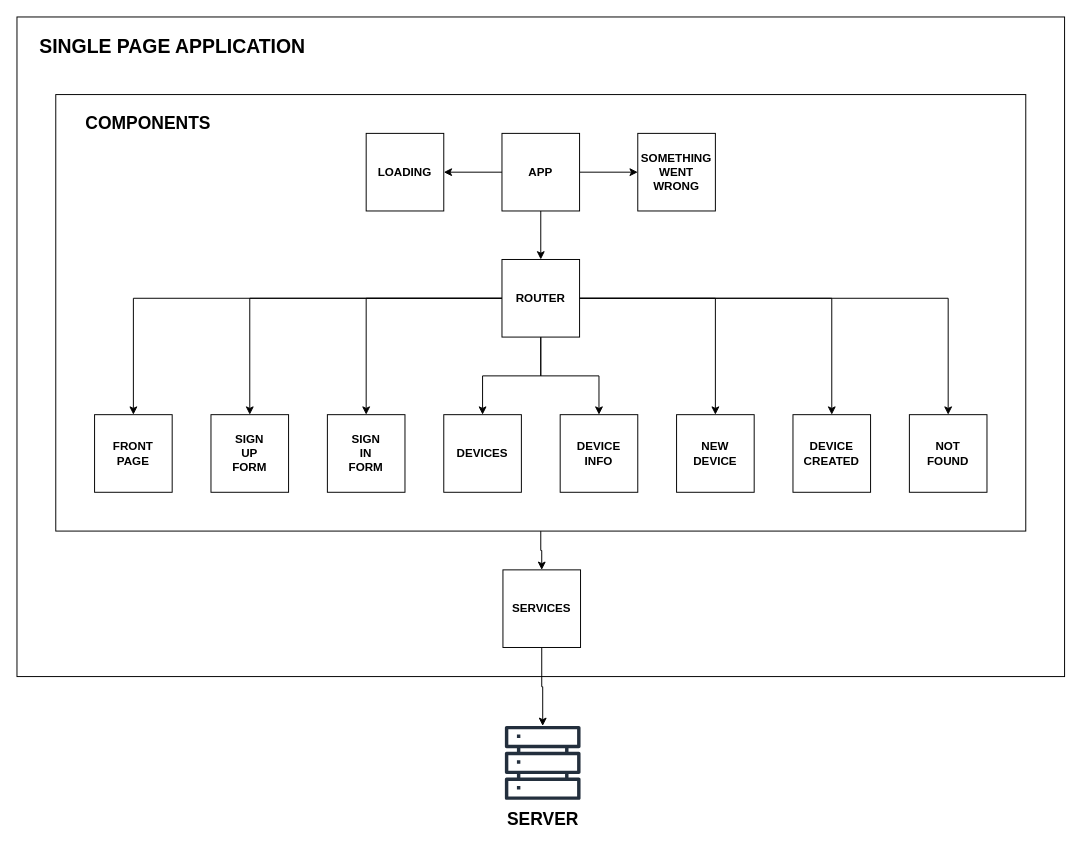
Earlier version of the draw.io diagram Documentation/Diagrams/Website Diagram.drawio (MiguelRocha2001/PS-Monitor-IoT-System). Source tidied: cells renumbered, new cells numbered last; positions are measured from the earlier drawing's top-left corner, leaving out a move shared by most shapes. Both pictures are drawn from the tidied source at 97%, with x=0, y=0 at pixel (16, 16).
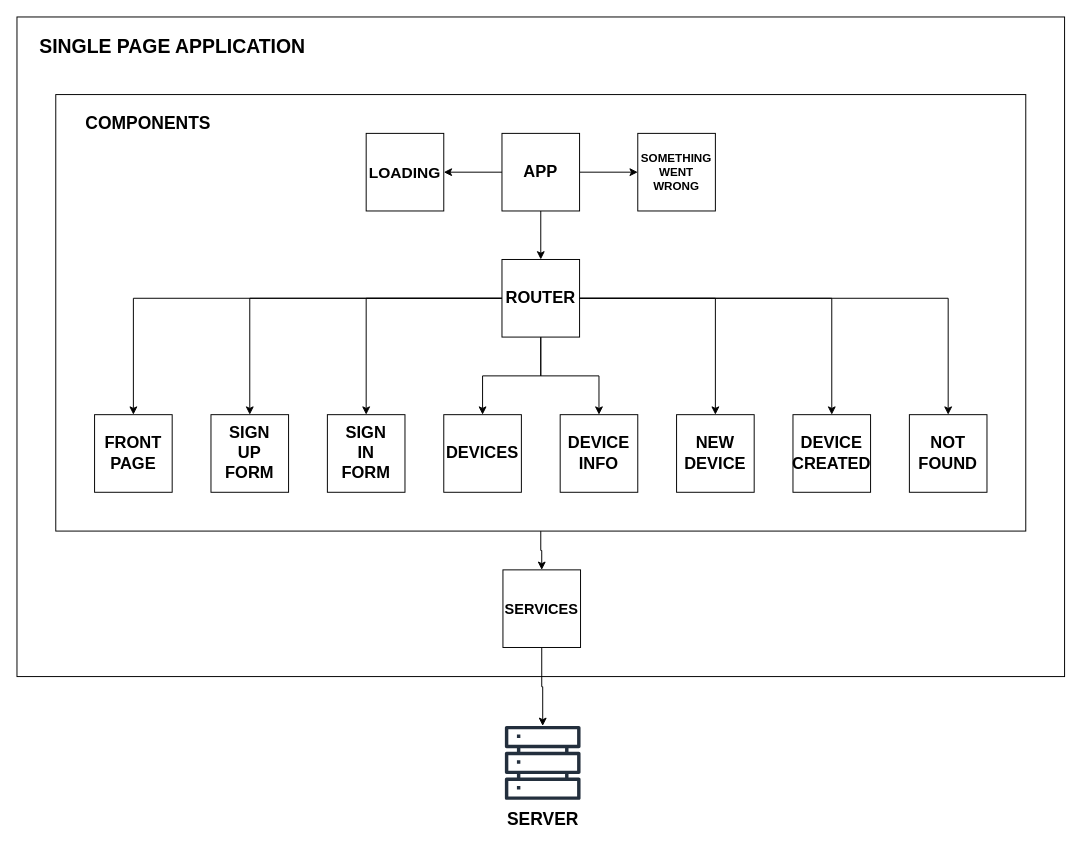
After the change.

The change refers to these unchanged cells:
```xml
<mxCell id="27" value="SOMETHING&lt;br&gt;WENT&lt;br&gt;WRONG" style="whiteSpace=wrap;html=1;fontStyle=1;" parent="1" vertex="1">
  <mxGeometry x="640" y="120" width="80" height="80" as="geometry" />
</mxCell>
```

What changed in the source:
```diff
@@
-    <mxCell id="2" style="rounded=0;whiteSpace=wrap;html=1;" parent="1" vertex="1">
+    <mxCell id="2" style="rounded=0;whiteSpace=wrap;html=1;fontSize=17;" parent="1" vertex="1">
       <mxGeometry width="1080" height="680" as="geometry" />
     </mxCell>
-    <mxCell id="3" style="edgeStyle=orthogonalEdgeStyle;rounded=0;jettySize=auto;html=1;entryX=0.5;entryY=0;entryDx=0;entryDy=0;" parent="1" edge="1" source="4" target="30">
+    <mxCell id="3" style="edgeStyle=orthogonalEdgeStyle;rounded=0;jettySize=auto;html=1;entryX=0.5;entryY=0;entryDx=0;entryDy=0;fontSize=17;" parent="1" edge="1" source="4" target="30">
       <mxGeometry relative="1" as="geometry" />
     </mxCell>
-    <mxCell id="4" style="rounded=0;whiteSpace=wrap;html=1;" parent="1" vertex="1">
+    <mxCell id="4" style="rounded=0;whiteSpace=wrap;html=1;fontSize=17;" parent="1" vertex="1">
       <mxGeometry x="40" y="80" width="1000" height="450" as="geometry" />
     </mxCell>
-    <mxCell id="5" style="edgeStyle=orthogonalEdgeStyle;rounded=0;jettySize=auto;html=1;entryX=0.5;entryY=0;entryDx=0;entryDy=0;fontStyle=1;" parent="1" edge="1" source="13" target="14">
+    <mxCell id="5" style="edgeStyle=orthogonalEdgeStyle;rounded=0;jettySize=auto;html=1;entryX=0.5;entryY=0;entryDx=0;entryDy=0;fontStyle=1;fontSize=17;" parent="1" edge="1" source="13" target="14">
       <mxGeometry relative="1" as="geometry" />
     </mxCell>
-    <mxCell id="6" style="edgeStyle=orthogonalEdgeStyle;rounded=0;jettySize=auto;html=1;entryX=0.5;entryY=0;entryDx=0;entryDy=0;fontStyle=1;" parent="1" edge="1" source="13" target="19">
+    <mxCell id="6" style="edgeStyle=orthogonalEdgeStyle;rounded=0;jettySize=auto;html=1;entryX=0.5;entryY=0;entryDx=0;entryDy=0;fontStyle=1;fontSize=17;" parent="1" edge="1" source="13" target="19">
       <mxGeometry relative="1" as="geometry" />
     </mxCell>
-    <mxCell id="7" style="edgeStyle=orthogonalEdgeStyle;rounded=0;jettySize=auto;html=1;entryX=0.5;entryY=0;entryDx=0;entryDy=0;fontStyle=1;" parent="1" edge="1" source="13" target="20">
+    <mxCell id="7" style="edgeStyle=orthogonalEdgeStyle;rounded=0;jettySize=auto;html=1;entryX=0.5;entryY=0;entryDx=0;entryDy=0;fontStyle=1;fontSize=17;" parent="1" edge="1" source="13" target="20">
       <mxGeometry relative="1" as="geometry" />
     </mxCell>
-    <mxCell id="8" style="edgeStyle=orthogonalEdgeStyle;rounded=0;jettySize=auto;html=1;entryX=0.5;entryY=0;entryDx=0;entryDy=0;fontStyle=1;" parent="1" edge="1" source="13" target="16">
+    <mxCell id="8" style="edgeStyle=orthogonalEdgeStyle;rounded=0;jettySize=auto;html=1;entryX=0.5;entryY=0;entryDx=0;entryDy=0;fontStyle=1;fontSize=17;" parent="1" edge="1" source="13" target="16">
       <mxGeometry relative="1" as="geometry" />
     </mxCell>
-    <mxCell id="9" style="edgeStyle=orthogonalEdgeStyle;rounded=0;jettySize=auto;html=1;entryX=0.5;entryY=0;entryDx=0;entryDy=0;fontStyle=1;" parent="1" edge="1" source="13" target="18">
+    <mxCell id="9" style="edgeStyle=orthogonalEdgeStyle;rounded=0;jettySize=auto;html=1;entryX=0.5;entryY=0;entryDx=0;entryDy=0;fontStyle=1;fontSize=17;" parent="1" edge="1" source="13" target="18">
       <mxGeometry relative="1" as="geometry" />
     </mxCell>
-    <mxCell id="10" style="edgeStyle=orthogonalEdgeStyle;rounded=0;jettySize=auto;html=1;entryX=0.5;entryY=0;entryDx=0;entryDy=0;fontStyle=1;" parent="1" edge="1" source="13" target="15">
+    <mxCell id="10" style="edgeStyle=orthogonalEdgeStyle;rounded=0;jettySize=auto;html=1;entryX=0.5;entryY=0;entryDx=0;entryDy=0;fontStyle=1;fontSize=17;" parent="1" edge="1" source="13" target="15">
       <mxGeometry relative="1" as="geometry" />
     </mxCell>
-    <mxCell id="11" style="edgeStyle=orthogonalEdgeStyle;rounded=0;jettySize=auto;html=1;fontStyle=1;" parent="1" edge="1" source="13" target="17">
+    <mxCell id="11" style="edgeStyle=orthogonalEdgeStyle;rounded=0;jettySize=auto;html=1;fontStyle=1;fontSize=17;" parent="1" edge="1" source="13" target="17">
       <mxGeometry relative="1" as="geometry" />
     </mxCell>
-    <mxCell id="12" style="edgeStyle=orthogonalEdgeStyle;rounded=0;jettySize=auto;html=1;entryX=0.5;entryY=0;entryDx=0;entryDy=0;fontStyle=1;" parent="1" edge="1" source="13" target="21">
+    <mxCell id="12" style="edgeStyle=orthogonalEdgeStyle;rounded=0;jettySize=auto;html=1;entryX=0.5;entryY=0;entryDx=0;entryDy=0;fontStyle=1;fontSize=17;" parent="1" edge="1" source="13" target="21">
       <mxGeometry relative="1" as="geometry" />
     </mxCell>
-    <mxCell id="13" value="ROUTER" style="whiteSpace=wrap;html=1;fontStyle=1;" parent="1" vertex="1">
+    <mxCell id="13" value="ROUTER" style="whiteSpace=wrap;html=1;fontStyle=1;fontSize=17;" parent="1" vertex="1">
       <mxGeometry x="500" y="250" width="80" height="80" as="geometry" />
     </mxCell>
-    <mxCell id="14" value="FRONT&lt;br&gt;PAGE" style="whiteSpace=wrap;html=1;fontStyle=1;" parent="1" vertex="1">
+    <mxCell id="14" value="FRONT&lt;br style=&quot;font-size: 17px;&quot;&gt;PAGE" style="whiteSpace=wrap;html=1;fontStyle=1;fontSize=17;" parent="1" vertex="1">
       <mxGeometry x="80" y="410" width="80" height="80" as="geometry" />
     </mxCell>
-    <mxCell id="15" value="DEVICE&lt;br&gt;INFO" style="whiteSpace=wrap;html=1;fontStyle=1;" parent="1" vertex="1">
+    <mxCell id="15" value="DEVICE&lt;br style=&quot;font-size: 17px;&quot;&gt;INFO" style="whiteSpace=wrap;html=1;fontStyle=1;fontSize=17;" parent="1" vertex="1">
       <mxGeometry x="560" y="410" width="80" height="80" as="geometry" />
     </mxCell>
-    <mxCell id="16" value="DEVICE&lt;br&gt;CREATED" style="whiteSpace=wrap;html=1;fontStyle=1;" parent="1" vertex="1">
+    <mxCell id="16" value="DEVICE&lt;br style=&quot;font-size: 17px;&quot;&gt;CREATED" style="whiteSpace=wrap;html=1;fontStyle=1;fontSize=17;" parent="1" vertex="1">
       <mxGeometry x="800" y="410" width="80" height="80" as="geometry" />
     </mxCell>
-    <mxCell id="17" value="NEW&lt;br&gt;DEVICE" style="whiteSpace=wrap;html=1;fontStyle=1;" parent="1" vertex="1">
+    <mxCell id="17" value="NEW&lt;br style=&quot;font-size: 17px;&quot;&gt;DEVICE" style="whiteSpace=wrap;html=1;fontStyle=1;fontSize=17;" parent="1" vertex="1">
       <mxGeometry x="680" y="410" width="80" height="80" as="geometry" />
     </mxCell>
-    <mxCell id="18" value="DEVICES" style="whiteSpace=wrap;html=1;fontStyle=1;" parent="1" vertex="1">
+    <mxCell id="18" value="DEVICES" style="whiteSpace=wrap;html=1;fontStyle=1;fontSize=17;" parent="1" vertex="1">
       <mxGeometry x="440" y="410" width="80" height="80" as="geometry" />
     </mxCell>
-    <mxCell id="19" value="SIGN &lt;br&gt;UP&lt;br&gt;FORM" style="whiteSpace=wrap;html=1;fontStyle=1;" parent="1" vertex="1">
+    <mxCell id="19" value="SIGN &lt;br style=&quot;font-size: 17px;&quot;&gt;UP&lt;br style=&quot;font-size: 17px;&quot;&gt;FORM" style="whiteSpace=wrap;html=1;fontStyle=1;fontSize=17;" parent="1" vertex="1">
       <mxGeometry x="200" y="410" width="80" height="80" as="geometry" />
     </mxCell>
-    <mxCell id="20" value="SIGN&lt;br&gt;IN&lt;br&gt;FORM" style="whiteSpace=wrap;html=1;fontStyle=1;" parent="1" vertex="1">
+    <mxCell id="20" value="SIGN&lt;br style=&quot;font-size: 17px;&quot;&gt;IN&lt;br style=&quot;font-size: 17px;&quot;&gt;FORM" style="whiteSpace=wrap;html=1;fontStyle=1;fontSize=17;" parent="1" vertex="1">
       <mxGeometry x="320" y="410" width="80" height="80" as="geometry" />
     </mxCell>
-    <mxCell id="21" value="NOT&lt;br&gt;FOUND" style="whiteSpace=wrap;html=1;fontStyle=1;" parent="1" vertex="1">
+    <mxCell id="21" value="NOT&lt;br style=&quot;font-size: 17px;&quot;&gt;FOUND" style="whiteSpace=wrap;html=1;fontStyle=1;fontSize=17;" parent="1" vertex="1">
       <mxGeometry x="920" y="410" width="80" height="80" as="geometry" />
     </mxCell>
-    <mxCell id="22" style="edgeStyle=orthogonalEdgeStyle;rounded=0;jettySize=auto;html=1;entryX=0.5;entryY=0;entryDx=0;entryDy=0;fontStyle=1;" parent="1" edge="1" source="25" target="13">
+    <mxCell id="22" style="edgeStyle=orthogonalEdgeStyle;rounded=0;jettySize=auto;html=1;entryX=0.5;entryY=0;entryDx=0;entryDy=0;fontStyle=1;fontSize=17;" parent="1" edge="1" source="25" target="13">
       <mxGeometry relative="1" as="geometry" />
     </mxCell>
-    <mxCell id="23" style="edgeStyle=orthogonalEdgeStyle;rounded=0;jettySize=auto;html=1;entryX=1;entryY=0.5;entryDx=0;entryDy=0;" parent="1" edge="1" source="25" target="26">
+    <mxCell id="23" style="edgeStyle=orthogonalEdgeStyle;rounded=0;jettySize=auto;html=1;entryX=1;entryY=0.5;entryDx=0;entryDy=0;fontSize=17;" parent="1" edge="1" source="25" target="26">
       <mxGeometry relative="1" as="geometry" />
     </mxCell>
-    <mxCell id="24" style="edgeStyle=orthogonalEdgeStyle;rounded=0;jettySize=auto;html=1;entryX=0;entryY=0.5;entryDx=0;entryDy=0;" parent="1" edge="1" source="25" target="27">
+    <mxCell id="24" style="edgeStyle=orthogonalEdgeStyle;rounded=0;jettySize=auto;html=1;entryX=0;entryY=0.5;entryDx=0;entryDy=0;fontSize=17;" parent="1" edge="1" source="25" target="27">
       <mxGeometry relative="1" as="geometry" />
     </mxCell>
-    <mxCell id="25" value="APP" style="whiteSpace=wrap;html=1;fontStyle=1;" parent="1" vertex="1">
+    <mxCell id="25" value="APP" style="whiteSpace=wrap;html=1;fontStyle=1;fontSize=17;" parent="1" vertex="1">
       <mxGeometry x="500" y="120" width="80" height="80" as="geometry" />
     </mxCell>
-    <mxCell id="26" value="LOADING" style="whiteSpace=wrap;html=1;fontStyle=1;" parent="1" vertex="1">
+    <mxCell id="26" value="LOADING" style="whiteSpace=wrap;html=1;fontStyle=1;fontSize=16;" parent="1" vertex="1">
       <mxGeometry x="360" y="120" width="80" height="80" as="geometry" />
     </mxCell>
@@
-    <mxCell id="29" style="edgeStyle=orthogonalEdgeStyle;rounded=0;jettySize=auto;html=1;" parent="1" edge="1" source="30" target="32">
+    <mxCell id="29" style="edgeStyle=orthogonalEdgeStyle;rounded=0;jettySize=auto;html=1;fontSize=17;" parent="1" edge="1" source="30" target="32">
       <mxGeometry relative="1" as="geometry" />
     </mxCell>
-    <mxCell id="30" value="SERVICES" style="whiteSpace=wrap;html=1;fontStyle=1;" parent="1" vertex="1">
+    <mxCell id="30" value="SERVICES" style="whiteSpace=wrap;html=1;fontStyle=1;fontSize=15;" parent="1" vertex="1">
       <mxGeometry x="501" y="570" width="80" height="80" as="geometry" />
     </mxCell>
@@
-    <mxCell id="32" style="sketch=0;outlineConnect=0;fontColor=#232F3E;gradientColor=none;fillColor=#232F3D;strokeColor=none;dashed=0;verticalLabelPosition=bottom;verticalAlign=top;align=center;html=1;fontSize=12;fontStyle=0;shape=mxgraph.aws4.servers;" parent="1" vertex="1">
+    <mxCell id="32" style="sketch=0;outlineConnect=0;fontColor=#232F3E;gradientColor=none;fillColor=#232F3D;strokeColor=none;dashed=0;verticalLabelPosition=bottom;verticalAlign=top;align=center;html=1;fontSize=17;fontStyle=0;shape=mxgraph.aws4.servers;" parent="1" vertex="1">
       <mxGeometry x="503" y="730" width="78" height="78" as="geometry" />
     </mxCell>
```
